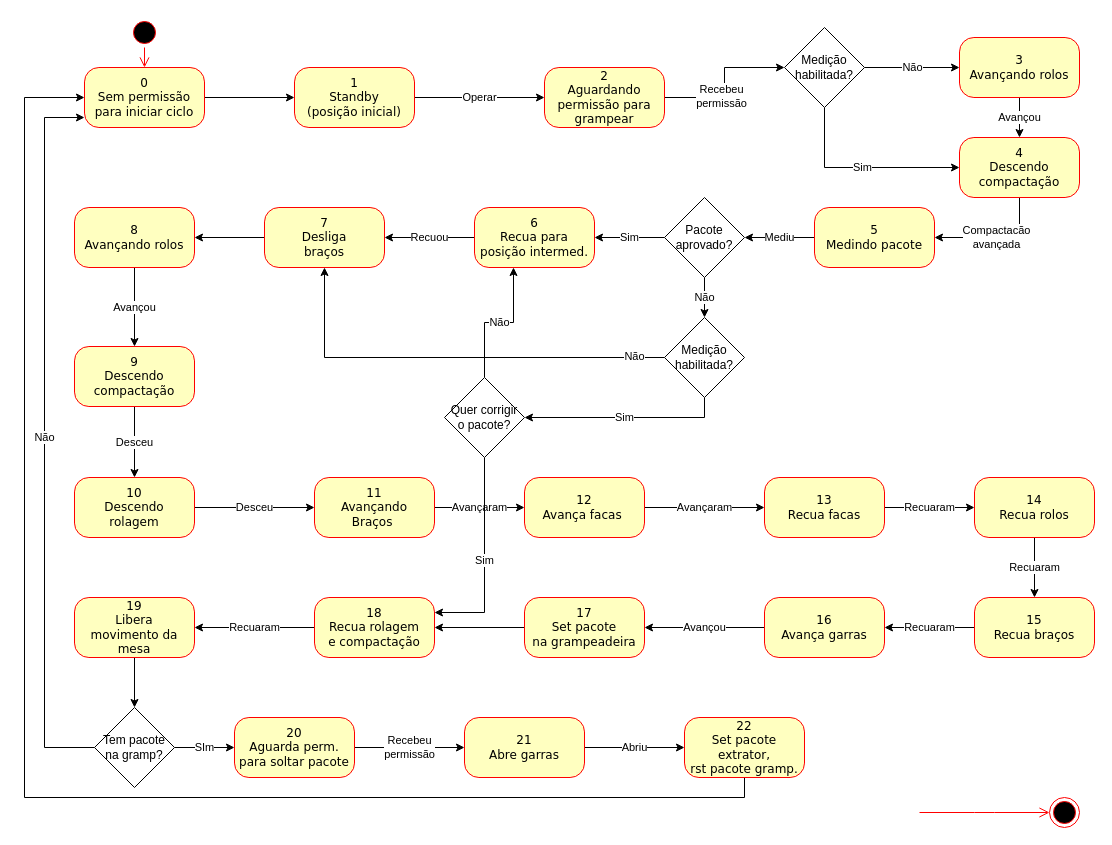
Above: estadosGrampeadeiraV2.drawio in JonanMuller/M04196N03_Grampeadeira (draw.io), before the change. Source tidied: cells renumbered, new cells numbered last; positions are measured from the earlier drawing's top-left corner, leaving out a move shared by most shapes. Both pictures are drawn from the tidied source at 100%, with x=0, y=0 at pixel (24, 17).
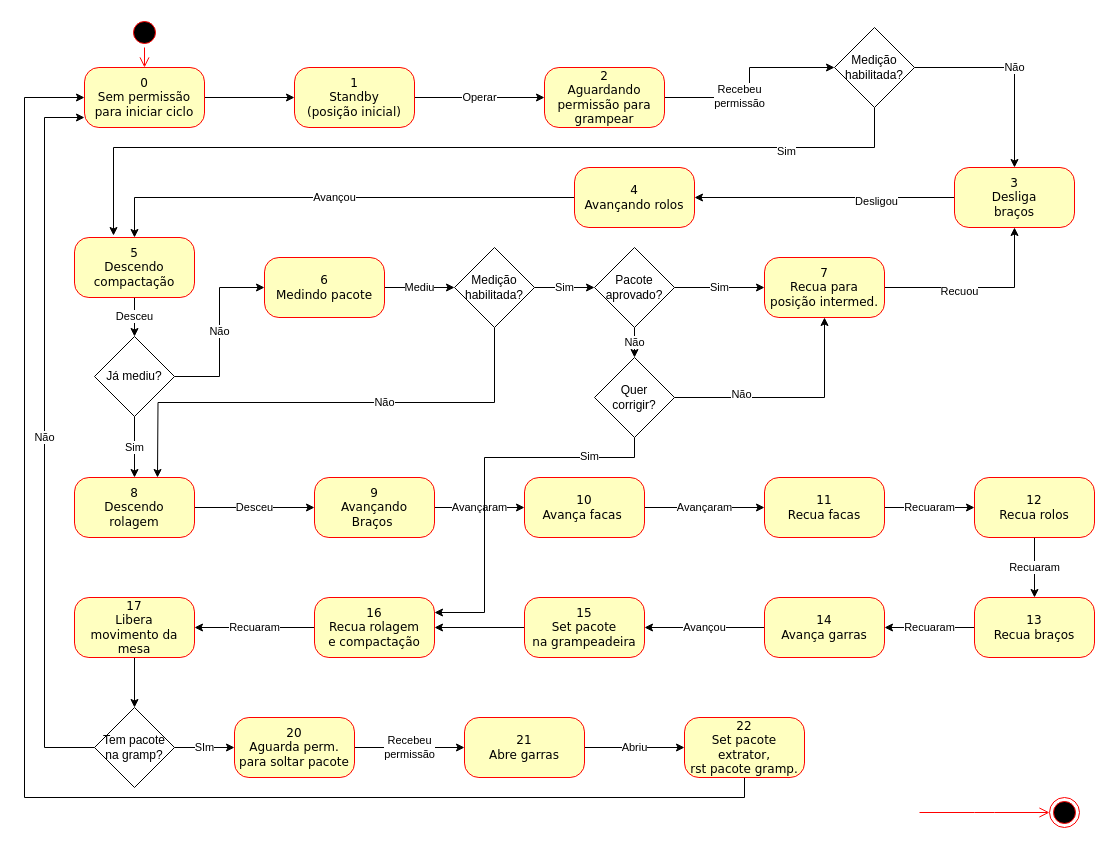
The same page after the edit.

Unchanged cells that the change refers to:
```xml
<mxCell id="17" style="edgeStyle=orthogonalEdgeStyle;rounded=0;jettySize=auto;html=1;" parent="1" edge="1" source="18" target="42">
  <mxGeometry relative="1" as="geometry" />
</mxCell>
```

Diff of the diagram source:
```diff
@@
-    <mxCell id="8" value="Compactacão&lt;br&gt;avançada" style="edgeStyle=orthogonalEdgeStyle;rounded=0;jettySize=auto;html=1;exitX=0.5;exitY=1;exitDx=0;exitDy=0;entryX=1;entryY=0.5;entryDx=0;entryDy=0;" parent="1" edge="1" source="9" target="11">
-      <mxGeometry relative="1" as="geometry" />
-    </mxCell>
-    <mxCell id="9" value="4&lt;br&gt;Descendo&lt;br&gt;compactação" style="rounded=1;whiteSpace=wrap;html=1;arcSize=24;fillColor=#ffffc0;strokeColor=#ff0000;shadow=0;comic=0;labelBackgroundColor=none;fontFamily=Verdana;fontSize=12;fontColor=#000000;align=center;" parent="1" vertex="1">
-      <mxGeometry x="935" y="120" width="120" height="60" as="geometry" />
-    </mxCell>
-    <mxCell id="10" value="Mediu" style="edgeStyle=orthogonalEdgeStyle;rounded=0;jettySize=auto;html=1;" parent="1" edge="1" source="11" target="25">
-      <mxGeometry relative="1" as="geometry" />
-    </mxCell>
-    <mxCell id="11" value="5&lt;br&gt;Medindo pacote" style="rounded=1;whiteSpace=wrap;html=1;arcSize=24;fillColor=#ffffc0;strokeColor=#ff0000;shadow=0;comic=0;labelBackgroundColor=none;fontFamily=Verdana;fontSize=12;fontColor=#000000;align=center;" parent="1" vertex="1">
-      <mxGeometry x="790" y="190" width="120" height="60" as="geometry" />
-    </mxCell>
@@
-    <mxCell id="13" value="11&lt;br&gt;Avançando&lt;br&gt;Braços&amp;nbsp;" style="rounded=1;whiteSpace=wrap;html=1;arcSize=24;fillColor=#ffffc0;strokeColor=#ff0000;shadow=0;comic=0;labelBackgroundColor=none;fontFamily=Verdana;fontSize=12;fontColor=#000000;align=center;" parent="1" vertex="1">
+    <mxCell id="13" value="9&lt;br&gt;Avançando&lt;br&gt;Braços&amp;nbsp;" style="rounded=1;whiteSpace=wrap;html=1;arcSize=24;fillColor=#ffffc0;strokeColor=#ff0000;shadow=0;comic=0;labelBackgroundColor=none;fontFamily=Verdana;fontSize=12;fontColor=#000000;align=center;" parent="1" vertex="1">
       <mxGeometry x="290" y="460" width="120" height="60" as="geometry" />
     </mxCell>
-    <mxCell id="14" value="Recuou" style="edgeStyle=orthogonalEdgeStyle;rounded=0;jettySize=auto;html=1;" parent="1" edge="1" source="15" target="18">
-      <mxGeometry relative="1" as="geometry">
-        <Array as="points">
-          <mxPoint x="410" y="220" />
-          <mxPoint x="410" y="220" />
-        </Array>
-      </mxGeometry>
-    </mxCell>
-    <mxCell id="15" value="6&lt;br&gt;Recua para&lt;br&gt;posição intermed." style="rounded=1;whiteSpace=wrap;html=1;arcSize=24;fillColor=#ffffc0;strokeColor=#ff0000;shadow=0;comic=0;labelBackgroundColor=none;fontFamily=Verdana;fontSize=12;fontColor=#000000;align=center;" parent="1" vertex="1">
-      <mxGeometry x="450" y="190" width="120" height="60" as="geometry" />
-    </mxCell>
@@
+    <mxCell id="69" value="Desligou" style="edgeLabel;html=1;align=center;verticalAlign=middle;" parent="17" vertex="1">
+      <mxGeometry x="-0.39" y="3" relative="1" as="geometry" />
+    </mxCell>
-    <mxCell id="18" value="7&lt;br&gt;Desliga&lt;br&gt;braços" style="rounded=1;whiteSpace=wrap;html=1;arcSize=24;fillColor=#ffffc0;strokeColor=#ff0000;shadow=0;comic=0;labelBackgroundColor=none;fontFamily=Verdana;fontSize=12;fontColor=#000000;align=center;" parent="1" vertex="1">
-      <mxGeometry x="240" y="190" width="120" height="60" as="geometry" />
+    <mxCell id="18" value="3&lt;br&gt;Desliga&lt;br&gt;braços" style="rounded=1;whiteSpace=wrap;html=1;arcSize=24;fillColor=#ffffc0;strokeColor=#ff0000;shadow=0;comic=0;labelBackgroundColor=none;fontFamily=Verdana;fontSize=12;fontColor=#000000;align=center;" parent="1" vertex="1">
+      <mxGeometry x="930" y="150" width="120" height="60" as="geometry" />
     </mxCell>
@@
-    <mxCell id="20" value="10&lt;br&gt;Descendo&lt;br&gt;rolagem" style="rounded=1;whiteSpace=wrap;html=1;arcSize=24;fillColor=#ffffc0;strokeColor=#ff0000;shadow=0;comic=0;labelBackgroundColor=none;fontFamily=Verdana;fontSize=12;fontColor=#000000;align=center;" parent="1" vertex="1">
+    <mxCell id="20" value="8&lt;br&gt;Descendo&lt;br&gt;rolagem" style="rounded=1;whiteSpace=wrap;html=1;arcSize=24;fillColor=#ffffc0;strokeColor=#ff0000;shadow=0;comic=0;labelBackgroundColor=none;fontFamily=Verdana;fontSize=12;fontColor=#000000;align=center;" parent="1" vertex="1">
       <mxGeometry x="50" y="460" width="120" height="60" as="geometry" />
     </mxCell>
-    <mxCell id="21" value="Avançou" style="edgeStyle=orthogonalEdgeStyle;rounded=0;jettySize=auto;html=1;" parent="1" edge="1" source="22" target="9">
-      <mxGeometry relative="1" as="geometry" />
-    </mxCell>
-    <mxCell id="22" value="3&lt;br&gt;Avançando rolos" style="rounded=1;whiteSpace=wrap;html=1;arcSize=24;fillColor=#ffffc0;strokeColor=#ff0000;shadow=0;comic=0;labelBackgroundColor=none;fontFamily=Verdana;fontSize=12;fontColor=#000000;align=center;" parent="1" vertex="1">
-      <mxGeometry x="935" y="20" width="120" height="60" as="geometry" />
-    </mxCell>
-    <mxCell id="23" value="Sim" style="edgeStyle=orthogonalEdgeStyle;rounded=0;jettySize=auto;html=1;" parent="1" edge="1" source="25" target="15">
-      <mxGeometry relative="1" as="geometry" />
-    </mxCell>
-    <mxCell id="24" value="Não" style="edgeStyle=orthogonalEdgeStyle;rounded=0;jettySize=auto;html=1;" parent="1" edge="1" source="25" target="57">
-      <mxGeometry relative="1" as="geometry" />
-    </mxCell>
-    <mxCell id="25" value="Pacote&lt;br&gt;aprovado?" style="rhombus;whiteSpace=wrap;html=1;" parent="1" vertex="1">
-      <mxGeometry x="640" y="180" width="80" height="80" as="geometry" />
-    </mxCell>
-    <mxCell id="26" value="Desceu" style="edgeStyle=orthogonalEdgeStyle;rounded=0;jettySize=auto;html=1;" parent="1" edge="1" source="27" target="20">
+    <mxCell id="26" value="Sim" style="edgeStyle=orthogonalEdgeStyle;rounded=0;jettySize=auto;html=1;startArrow=none;" parent="1" edge="1" source="82" target="20">
       <mxGeometry relative="1" as="geometry" />
     </mxCell>
+    <mxCell id="70" value="Não" style="edgeStyle=orthogonalEdgeStyle;rounded=0;jettySize=auto;html=1;exitX=1;exitY=0.5;exitDx=0;exitDy=0;entryX=0;entryY=0.5;entryDx=0;entryDy=0;" parent="1" edge="1" source="82" target="74">
+      <mxGeometry relative="1" as="geometry" />
+    </mxCell>
+    <mxCell id="71" value="Desceu" style="edgeStyle=orthogonalEdgeStyle;rounded=0;jettySize=auto;html=1;" parent="1" edge="1" source="27" target="82">
+      <mxGeometry relative="1" as="geometry" />
+    </mxCell>
-    <mxCell id="27" value="9&lt;br&gt;Descendo&lt;br&gt;compactação" style="rounded=1;whiteSpace=wrap;html=1;arcSize=24;fillColor=#ffffc0;strokeColor=#ff0000;shadow=0;comic=0;labelBackgroundColor=none;fontFamily=Verdana;fontSize=12;fontColor=#000000;align=center;" parent="1" vertex="1">
-      <mxGeometry x="50" y="329" width="120" height="60" as="geometry" />
+    <mxCell id="27" value="5&lt;br&gt;Descendo&lt;br&gt;compactação" style="rounded=1;whiteSpace=wrap;html=1;arcSize=24;fillColor=#ffffc0;strokeColor=#ff0000;shadow=0;comic=0;labelBackgroundColor=none;fontFamily=Verdana;fontSize=12;fontColor=#000000;align=center;" parent="1" vertex="1">
+      <mxGeometry x="50" y="220" width="120" height="60" as="geometry" />
     </mxCell>
@@
-    <mxCell id="29" value="12&lt;br&gt;Avança facas&amp;nbsp;" style="rounded=1;whiteSpace=wrap;html=1;arcSize=24;fillColor=#ffffc0;strokeColor=#ff0000;shadow=0;comic=0;labelBackgroundColor=none;fontFamily=Verdana;fontSize=12;fontColor=#000000;align=center;" parent="1" vertex="1">
+    <mxCell id="29" value="10&lt;br&gt;Avança facas&amp;nbsp;" style="rounded=1;whiteSpace=wrap;html=1;arcSize=24;fillColor=#ffffc0;strokeColor=#ff0000;shadow=0;comic=0;labelBackgroundColor=none;fontFamily=Verdana;fontSize=12;fontColor=#000000;align=center;" parent="1" vertex="1">
       <mxGeometry x="500" y="460" width="120" height="60" as="geometry" />
     </mxCell>
@@
-    <mxCell id="31" value="13&lt;br&gt;Recua facas" style="rounded=1;whiteSpace=wrap;html=1;arcSize=24;fillColor=#ffffc0;strokeColor=#ff0000;shadow=0;comic=0;labelBackgroundColor=none;fontFamily=Verdana;fontSize=12;fontColor=#000000;align=center;" parent="1" vertex="1">
+    <mxCell id="31" value="11&lt;br&gt;Recua facas" style="rounded=1;whiteSpace=wrap;html=1;arcSize=24;fillColor=#ffffc0;strokeColor=#ff0000;shadow=0;comic=0;labelBackgroundColor=none;fontFamily=Verdana;fontSize=12;fontColor=#000000;align=center;" parent="1" vertex="1">
       <mxGeometry x="740" y="460" width="120" height="60" as="geometry" />
     </mxCell>
@@
-    <mxCell id="33" value="14&lt;br&gt;Recua rolos" style="rounded=1;whiteSpace=wrap;html=1;arcSize=24;fillColor=#ffffc0;strokeColor=#ff0000;shadow=0;comic=0;labelBackgroundColor=none;fontFamily=Verdana;fontSize=12;fontColor=#000000;align=center;" parent="1" vertex="1">
+    <mxCell id="33" value="12&lt;br&gt;Recua rolos" style="rounded=1;whiteSpace=wrap;html=1;arcSize=24;fillColor=#ffffc0;strokeColor=#ff0000;shadow=0;comic=0;labelBackgroundColor=none;fontFamily=Verdana;fontSize=12;fontColor=#000000;align=center;" parent="1" vertex="1">
       <mxGeometry x="950" y="460" width="120" height="60" as="geometry" />
     </mxCell>
@@
-    <mxCell id="39" value="Não" style="edgeStyle=orthogonalEdgeStyle;rounded=0;jettySize=auto;html=1;" parent="1" edge="1" source="41" target="22">
-      <mxGeometry relative="1" as="geometry" />
-    </mxCell>
-    <mxCell id="40" value="Sim" style="edgeStyle=orthogonalEdgeStyle;rounded=0;jettySize=auto;html=1;exitX=0.5;exitY=1;exitDx=0;exitDy=0;entryX=0;entryY=0.5;entryDx=0;entryDy=0;" parent="1" edge="1" source="41" target="9">
+    <mxCell id="40" value="Não" style="edgeStyle=orthogonalEdgeStyle;rounded=0;jettySize=auto;html=1;exitX=1;exitY=0.5;exitDx=0;exitDy=0;entryX=0.5;entryY=0;entryDx=0;entryDy=0;" parent="1" edge="1" source="41" target="18">
       <mxGeometry relative="1" as="geometry" />
     </mxCell>
+    <mxCell id="72" style="edgeStyle=orthogonalEdgeStyle;rounded=0;jettySize=auto;html=1;exitX=0.5;exitY=1;exitDx=0;exitDy=0;entryX=0.325;entryY=-0.033;entryDx=0;entryDy=0;entryPerimeter=0;" parent="1" edge="1" source="41" target="27">
+      <mxGeometry relative="1" as="geometry">
+        <Array as="points">
+          <mxPoint x="850" y="130" />
+          <mxPoint x="89" y="130" />
+        </Array>
+      </mxGeometry>
+    </mxCell>
+    <mxCell id="73" value="Sim" style="edgeLabel;html=1;align=center;verticalAlign=middle;" parent="72" vertex="1">
+      <mxGeometry x="-0.71" y="3" relative="1" as="geometry" />
+    </mxCell>
     <mxCell id="41" value="Medição&lt;br&gt;habilitada?" style="rhombus;whiteSpace=wrap;html=1;" parent="1" vertex="1">
-      <mxGeometry x="760" y="10" width="80" height="80" as="geometry" />
+      <mxGeometry x="810" y="10" width="80" height="80" as="geometry" />
     </mxCell>
-    <mxCell id="42" value="8&lt;br&gt;Avançando rolos" style="rounded=1;whiteSpace=wrap;html=1;arcSize=24;fillColor=#ffffc0;strokeColor=#ff0000;shadow=0;comic=0;labelBackgroundColor=none;fontFamily=Verdana;fontSize=12;fontColor=#000000;align=center;" parent="1" vertex="1">
-      <mxGeometry x="50" y="190" width="120" height="60" as="geometry" />
+    <mxCell id="42" value="4&lt;br&gt;Avançando rolos" style="rounded=1;whiteSpace=wrap;html=1;arcSize=24;fillColor=#ffffc0;strokeColor=#ff0000;shadow=0;comic=0;labelBackgroundColor=none;fontFamily=Verdana;fontSize=12;fontColor=#000000;align=center;" parent="1" vertex="1">
+      <mxGeometry x="550" y="150" width="120" height="60" as="geometry" />
     </mxCell>
@@
-    <mxCell id="44" value="15&lt;br&gt;Recua braços" style="rounded=1;whiteSpace=wrap;html=1;arcSize=24;fillColor=#ffffc0;strokeColor=#ff0000;shadow=0;comic=0;labelBackgroundColor=none;fontFamily=Verdana;fontSize=12;fontColor=#000000;align=center;" parent="1" vertex="1">
+    <mxCell id="44" value="13&lt;br&gt;Recua braços" style="rounded=1;whiteSpace=wrap;html=1;arcSize=24;fillColor=#ffffc0;strokeColor=#ff0000;shadow=0;comic=0;labelBackgroundColor=none;fontFamily=Verdana;fontSize=12;fontColor=#000000;align=center;" parent="1" vertex="1">
       <mxGeometry x="950" y="580" width="120" height="60" as="geometry" />
     </mxCell>
@@
-    <mxCell id="46" value="16&lt;br&gt;Avança garras" style="rounded=1;whiteSpace=wrap;html=1;arcSize=24;fillColor=#ffffc0;strokeColor=#ff0000;shadow=0;comic=0;labelBackgroundColor=none;fontFamily=Verdana;fontSize=12;fontColor=#000000;align=center;" parent="1" vertex="1">
+    <mxCell id="46" value="14&lt;br&gt;Avança garras" style="rounded=1;whiteSpace=wrap;html=1;arcSize=24;fillColor=#ffffc0;strokeColor=#ff0000;shadow=0;comic=0;labelBackgroundColor=none;fontFamily=Verdana;fontSize=12;fontColor=#000000;align=center;" parent="1" vertex="1">
       <mxGeometry x="740" y="580" width="120" height="60" as="geometry" />
     </mxCell>
@@
-    <mxCell id="48" value="18&lt;br&gt;Recua rolagem&lt;br&gt;e compactação" style="rounded=1;whiteSpace=wrap;html=1;arcSize=24;fillColor=#ffffc0;strokeColor=#ff0000;shadow=0;comic=0;labelBackgroundColor=none;fontFamily=Verdana;fontSize=12;fontColor=#000000;align=center;" parent="1" vertex="1">
+    <mxCell id="48" value="16&lt;br&gt;Recua rolagem&lt;br&gt;e compactação" style="rounded=1;whiteSpace=wrap;html=1;arcSize=24;fillColor=#ffffc0;strokeColor=#ff0000;shadow=0;comic=0;labelBackgroundColor=none;fontFamily=Verdana;fontSize=12;fontColor=#000000;align=center;" parent="1" vertex="1">
       <mxGeometry x="290" y="580" width="120" height="60" as="geometry" />
     </mxCell>
@@
-    <mxCell id="50" value="19&lt;br&gt;Libera&lt;br&gt;movimento da mesa" style="rounded=1;whiteSpace=wrap;html=1;arcSize=24;fillColor=#ffffc0;strokeColor=#ff0000;shadow=0;comic=0;labelBackgroundColor=none;fontFamily=Verdana;fontSize=12;fontColor=#000000;align=center;" parent="1" vertex="1">
+    <mxCell id="50" value="17&lt;br&gt;Libera&lt;br&gt;movimento da mesa" style="rounded=1;whiteSpace=wrap;html=1;arcSize=24;fillColor=#ffffc0;strokeColor=#ff0000;shadow=0;comic=0;labelBackgroundColor=none;fontFamily=Verdana;fontSize=12;fontColor=#000000;align=center;" parent="1" vertex="1">
       <mxGeometry x="50" y="580" width="120" height="60" as="geometry" />
     </mxCell>
@@
-    <mxCell id="54" value="Sim" style="edgeStyle=orthogonalEdgeStyle;rounded=0;jettySize=auto;html=1;exitX=0.5;exitY=1;exitDx=0;exitDy=0;" parent="1" edge="1" source="57" target="60">
-      <mxGeometry relative="1" as="geometry" />
-    </mxCell>
-    <mxCell id="55" style="edgeStyle=orthogonalEdgeStyle;rounded=0;jettySize=auto;html=1;exitX=0;exitY=0.5;exitDx=0;exitDy=0;entryX=0.5;entryY=1;entryDx=0;entryDy=0;" parent="1" edge="1" source="57" target="18">
-      <mxGeometry relative="1" as="geometry" />
-    </mxCell>
-    <mxCell id="56" value="Não" style="edgeLabel;html=1;align=center;verticalAlign=middle;" parent="55" vertex="1">
-      <mxGeometry x="-0.85" y="-2" relative="1" as="geometry">
-        <mxPoint x="1" as="offset" />
-      </mxGeometry>
-    </mxCell>
-    <mxCell id="57" value="Medição&lt;br&gt;habilitada?" style="rhombus;whiteSpace=wrap;html=1;" parent="1" vertex="1">
-      <mxGeometry x="640" y="300" width="80" height="80" as="geometry" />
-    </mxCell>
-    <mxCell id="58" value="Não" style="edgeStyle=orthogonalEdgeStyle;rounded=0;jettySize=auto;html=1;entryX=0.325;entryY=1;entryDx=0;entryDy=0;entryPerimeter=0;" parent="1" edge="1" source="60" target="15">
-      <mxGeometry relative="1" as="geometry" />
-    </mxCell>
-    <mxCell id="59" value="Sim" style="edgeStyle=orthogonalEdgeStyle;rounded=0;jettySize=auto;html=1;exitX=0.5;exitY=1;exitDx=0;exitDy=0;entryX=1;entryY=0.25;entryDx=0;entryDy=0;" parent="1" edge="1" source="60" target="48">
-      <mxGeometry relative="1" as="geometry" />
-    </mxCell>
-    <mxCell id="60" value="Quer corrigir&lt;br&gt;o pacote?" style="rhombus;whiteSpace=wrap;html=1;" parent="1" vertex="1">
-      <mxGeometry x="420" y="360" width="80" height="80" as="geometry" />
-    </mxCell>
@@
-    <mxCell id="62" value="17&lt;br&gt;Set pacote&lt;br&gt;na grampeadeira" style="rounded=1;whiteSpace=wrap;html=1;arcSize=24;fillColor=#ffffc0;strokeColor=#ff0000;shadow=0;comic=0;labelBackgroundColor=none;fontFamily=Verdana;fontSize=12;fontColor=#000000;align=center;" parent="1" vertex="1">
+    <mxCell id="62" value="15&lt;br&gt;Set pacote&lt;br&gt;na grampeadeira" style="rounded=1;whiteSpace=wrap;html=1;arcSize=24;fillColor=#ffffc0;strokeColor=#ff0000;shadow=0;comic=0;labelBackgroundColor=none;fontFamily=Verdana;fontSize=12;fontColor=#000000;align=center;" parent="1" vertex="1">
       <mxGeometry x="500" y="580" width="120" height="60" as="geometry" />
     </mxCell>
@@
+    <mxCell id="10" value="Mediu" style="edgeStyle=orthogonalEdgeStyle;rounded=0;jettySize=auto;html=1;" parent="1" edge="1" source="74" target="57">
+      <mxGeometry relative="1" as="geometry" />
+    </mxCell>
+    <mxCell id="74" value="6&lt;br&gt;Medindo pacote" style="rounded=1;whiteSpace=wrap;html=1;arcSize=24;fillColor=#ffffc0;strokeColor=#ff0000;shadow=0;comic=0;labelBackgroundColor=none;fontFamily=Verdana;fontSize=12;fontColor=#000000;align=center;" parent="1" vertex="1">
+      <mxGeometry x="240" y="240" width="120" height="60" as="geometry" />
+    </mxCell>
+    <mxCell id="75" value="Sim" style="edgeStyle=orthogonalEdgeStyle;rounded=0;jettySize=auto;html=1;" parent="1" edge="1" source="25" target="81">
+      <mxGeometry relative="1" as="geometry" />
+    </mxCell>
+    <mxCell id="76" value="Não" style="edgeStyle=orthogonalEdgeStyle;rounded=0;jettySize=auto;html=1;" parent="1" edge="1" source="25" target="87">
+      <mxGeometry relative="1" as="geometry" />
+    </mxCell>
+    <mxCell id="25" value="Pacote&lt;br&gt;aprovado?" style="rhombus;whiteSpace=wrap;html=1;" parent="1" vertex="1">
+      <mxGeometry x="570" y="230" width="80" height="80" as="geometry" />
+    </mxCell>
+    <mxCell id="77" value="Sim" style="edgeStyle=orthogonalEdgeStyle;rounded=0;jettySize=auto;html=1;" parent="1" edge="1" source="57" target="25">
+      <mxGeometry relative="1" as="geometry" />
+    </mxCell>
+    <mxCell id="78" style="edgeStyle=orthogonalEdgeStyle;rounded=0;jettySize=auto;html=1;exitX=0.5;exitY=1;exitDx=0;exitDy=0;" parent="1" edge="1" source="57">
+      <mxGeometry relative="1" as="geometry">
+        <mxPoint x="133" y="460" as="targetPoint" />
+      </mxGeometry>
+    </mxCell>
+    <mxCell id="79" value="Não" style="edgeLabel;html=1;align=center;verticalAlign=middle;" parent="78" vertex="1">
+      <mxGeometry x="-0.23" y="-1" relative="1" as="geometry">
+        <mxPoint x="1" as="offset" />
+      </mxGeometry>
+    </mxCell>
+    <mxCell id="57" value="Medição&lt;br&gt;habilitada?" style="rhombus;whiteSpace=wrap;html=1;" parent="1" vertex="1">
+      <mxGeometry x="430" y="230" width="80" height="80" as="geometry" />
+    </mxCell>
+    <mxCell id="80" style="edgeStyle=orthogonalEdgeStyle;rounded=0;jettySize=auto;html=1;exitX=1;exitY=0.5;exitDx=0;exitDy=0;entryX=0.5;entryY=1;entryDx=0;entryDy=0;" parent="1" edge="1" source="81" target="18">
+      <mxGeometry relative="1" as="geometry" />
+    </mxCell>
+    <mxCell id="14" value="Recuou" style="edgeLabel;html=1;align=center;verticalAlign=middle;" parent="80" vertex="1">
+      <mxGeometry x="-0.22" y="-3" relative="1" as="geometry" />
+    </mxCell>
+    <mxCell id="81" value="7&lt;br&gt;Recua para&lt;br&gt;posição intermed." style="rounded=1;whiteSpace=wrap;html=1;arcSize=24;fillColor=#ffffc0;strokeColor=#ff0000;shadow=0;comic=0;labelBackgroundColor=none;fontFamily=Verdana;fontSize=12;fontColor=#000000;align=center;" parent="1" vertex="1">
+      <mxGeometry x="740" y="240" width="120" height="60" as="geometry" />
+    </mxCell>
+    <mxCell id="82" value="Já mediu?" style="rhombus;whiteSpace=wrap;html=1;" parent="1" vertex="1">
+      <mxGeometry x="70" y="319" width="80" height="80" as="geometry" />
+    </mxCell>
+    <mxCell id="83" style="edgeStyle=orthogonalEdgeStyle;rounded=0;jettySize=auto;html=1;exitX=1;exitY=0.5;exitDx=0;exitDy=0;entryX=0.5;entryY=1;entryDx=0;entryDy=0;" parent="1" edge="1" source="87" target="81">
+      <mxGeometry relative="1" as="geometry" />
+    </mxCell>
+    <mxCell id="84" value="Não" style="edgeLabel;html=1;align=center;verticalAlign=middle;" parent="83" vertex="1">
+      <mxGeometry x="-0.43" y="4" relative="1" as="geometry" />
+    </mxCell>
+    <mxCell id="85" style="edgeStyle=orthogonalEdgeStyle;rounded=0;jettySize=auto;html=1;exitX=0.5;exitY=1;exitDx=0;exitDy=0;entryX=1;entryY=0.25;entryDx=0;entryDy=0;" parent="1" edge="1" source="87" target="48">
+      <mxGeometry relative="1" as="geometry">
+        <Array as="points">
+          <mxPoint x="610" y="440" />
+          <mxPoint x="460" y="440" />
+          <mxPoint x="460" y="595" />
+        </Array>
+      </mxGeometry>
+    </mxCell>
+    <mxCell id="86" value="Sim" style="edgeLabel;html=1;align=center;verticalAlign=middle;" parent="85" vertex="1">
+      <mxGeometry x="-0.65" y="-2" relative="1" as="geometry" />
+    </mxCell>
+    <mxCell id="87" value="Quer&lt;br&gt;corrigir?" style="rhombus;whiteSpace=wrap;html=1;" parent="1" vertex="1">
+      <mxGeometry x="570" y="340" width="80" height="80" as="geometry" />
+    </mxCell>
```
